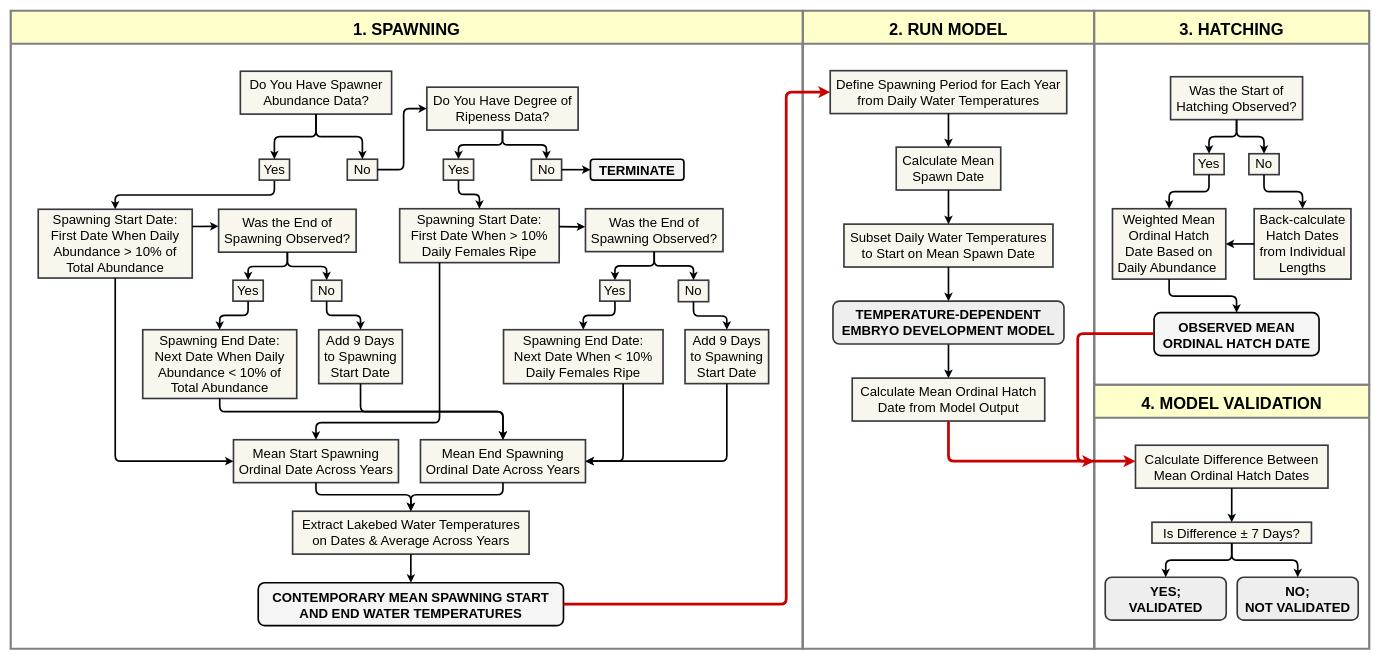
Earlier version of the draw.io diagram figures/coregonine-model-workflow-diagram-v2.drawio (taylorstewart/Stewart-et-al-2024---Coregonine-Embryo-Modeling). Source tidied: cells renumbered, new cells numbered last; positions are measured from the earlier drawing's top-left corner, leaving out a move shared by most shapes. Both pictures are drawn from the tidied source at 55%, with x=0, y=0 at pixel (10, 10).
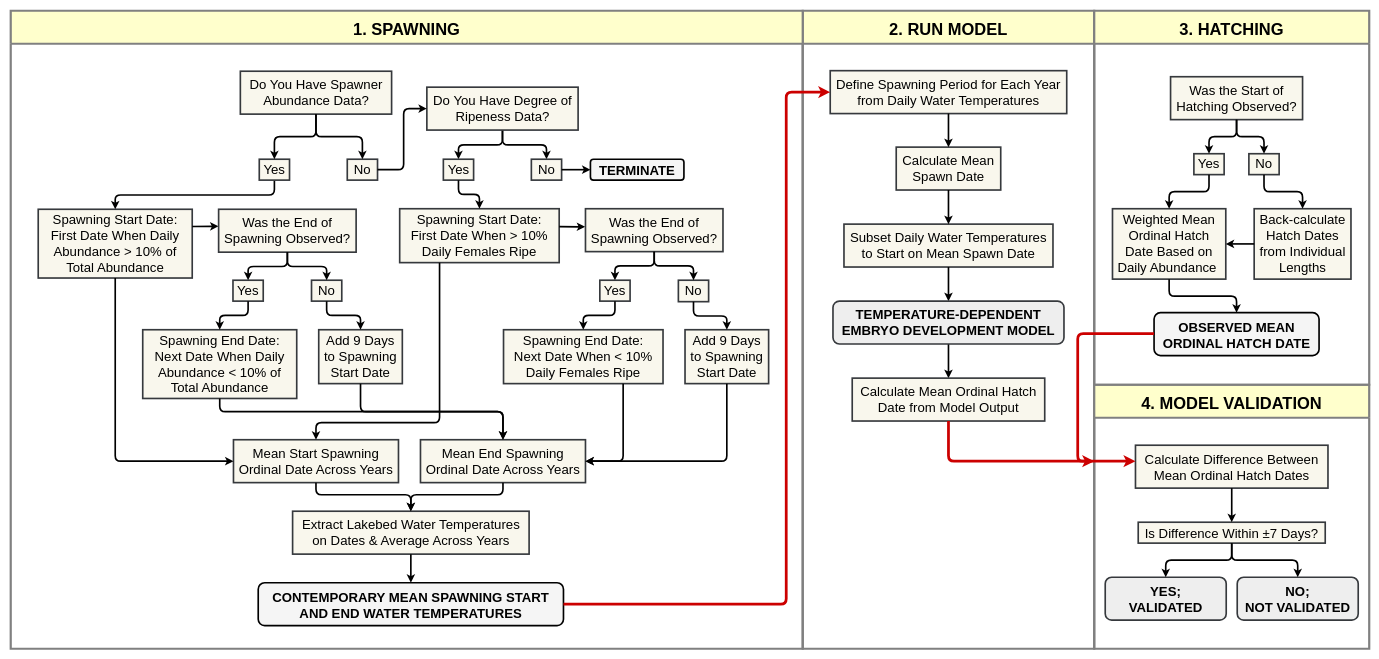
The same page after the edit.

The change refers to these unchanged cells:
```xml
<mxCell id="12" value="4. MODEL VALIDATION" style="swimlane;rounded=0;shadow=0;glass=0;fillColor=#FFFFCC;align=center;startSize=60;fontStyle=1;fontSize=30;strokeWidth=4;strokeColor=#808080;" parent="1" vertex="1">
  <mxGeometry x="1970" y="680" width="500" height="480" as="geometry" />
</mxCell>
```

What changed in the source:
```diff
@@
-    <mxCell id="14" value="&lt;p style=&quot;margin: 4px 0px 0px ; font-size: 24px&quot;&gt;&lt;/p&gt;&lt;span style=&quot;color: rgb(0 , 0 , 0) ; font-size: 24px&quot;&gt;Is Difference ± 7 Days?&lt;/span&gt;" style="whiteSpace=wrap;html=1;fontStyle=0;strokeWidth=3;fillColor=#f9f7ed;rounded=0;shadow=0;glass=0;strokeColor=#36393d;fontSize=24;" parent="12" vertex="1">
-      <mxGeometry x="105" y="250" width="290" height="38" as="geometry" />
+    <mxCell id="14" value="&lt;p style=&quot;margin: 4px 0px 0px ; font-size: 24px&quot;&gt;&lt;/p&gt;&lt;span style=&quot;color: rgb(0 , 0 , 0) ; font-size: 24px&quot;&gt;Is Difference Within ±7 Days?&lt;/span&gt;" style="whiteSpace=wrap;html=1;fontStyle=0;strokeWidth=3;fillColor=#f9f7ed;rounded=0;shadow=0;glass=0;strokeColor=#36393d;fontSize=24;" parent="12" vertex="1">
+      <mxGeometry x="80" y="250" width="340" height="38" as="geometry" />
     </mxCell>
```
